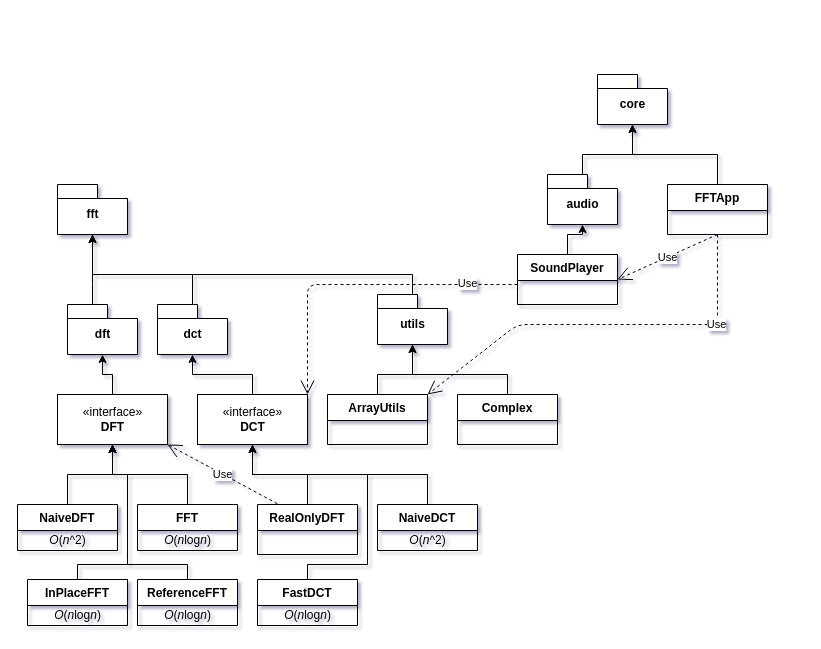
Above: docs/architecture.drawio in Veikkosuhonen/fft (draw.io), before the change. Source tidied: cells renumbered, new cells numbered last; positions are measured from the earlier drawing's top-left corner, leaving out a move shared by most shapes. Both pictures are drawn from the tidied source at 100%, with x=0, y=0 at pixel (17, 74).
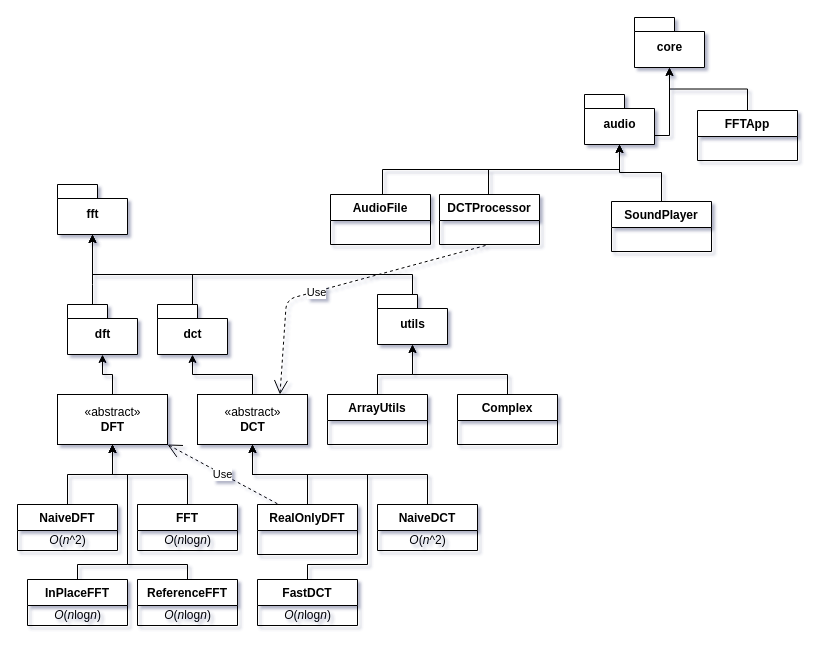
The same diagram, later.

Unchanged cells that the change refers to:
```xml
<mxCell id="36" value="ArrayUtils" style="swimlane;fontStyle=1;align=center;verticalAlign=top;horizontal=1;startSize=26;" parent="1" vertex="1">
  <mxGeometry x="310" y="320" width="100" height="50" as="geometry" />
</mxCell>
```

What changed in the source:
```diff
@@
     <mxCell id="3" value="core" style="shape=folder;fontStyle=1;spacingTop=10;tabWidth=40;tabHeight=14;tabPosition=left;html=1;" parent="1" vertex="1">
-      <mxGeometry x="580" width="70" height="50" as="geometry" />
+      <mxGeometry x="617" y="-57" width="70" height="50" as="geometry" />
     </mxCell>
@@
-    <mxCell id="11" value="«interface»&lt;br&gt;&lt;b&gt;DFT&lt;/b&gt;" style="html=1;" parent="1" vertex="1">
+    <mxCell id="11" value="«abstract»&lt;br&gt;&lt;b&gt;DFT&lt;/b&gt;" style="html=1;" parent="1" vertex="1">
       <mxGeometry x="40" y="320" width="110" height="50" as="geometry" />
     </mxCell>
@@
-    <mxCell id="13" value="«interface»&lt;br&gt;&lt;b&gt;DCT&lt;/b&gt;" style="html=1;" parent="1" vertex="1">
+    <mxCell id="13" value="«abstract»&lt;br&gt;&lt;b&gt;DCT&lt;/b&gt;" style="html=1;" parent="1" vertex="1">
       <mxGeometry x="180" y="320" width="110" height="50" as="geometry" />
     </mxCell>
@@
     <mxCell id="40" value="FFTApp" style="swimlane;fontStyle=1;align=center;verticalAlign=top;horizontal=1;startSize=26;" parent="1" vertex="1">
-      <mxGeometry x="650" y="110" width="100" height="50" as="geometry" />
+      <mxGeometry x="680" y="36" width="100" height="50" as="geometry" />
     </mxCell>
-    <mxCell id="41" value="Use" style="endArrow=open;endSize=12;dashed=1;html=1;exitX=0.5;exitY=1;exitDx=0;exitDy=0;entryX=1;entryY=0;entryDx=0;entryDy=0;" parent="1" edge="1" source="40" target="36">
-      <mxGeometry x="-0.55" relative="1" as="geometry">
-        <Array as="points">
-          <mxPoint x="700" y="250" />
-          <mxPoint x="670" y="250" />
-          <mxPoint x="500" y="250" />
-        </Array>
-      </mxGeometry>
-    </mxCell>
     <mxCell id="42" style="edgeStyle=orthogonalEdgeStyle;rounded=0;jettySize=auto;html=1;entryX=0.5;entryY=1;entryDx=0;entryDy=0;entryPerimeter=0;" parent="1" edge="1" source="43" target="3">
       <mxGeometry relative="1" as="geometry">
         <Array as="points">
-          <mxPoint x="565" y="80" />
-          <mxPoint x="615" y="80" />
+          <mxPoint x="576" y="61" />
+          <mxPoint x="626" y="61" />
         </Array>
       </mxGeometry>
     </mxCell>
     <mxCell id="43" value="audio" style="shape=folder;fontStyle=1;spacingTop=10;tabWidth=40;tabHeight=14;tabPosition=left;html=1;" parent="1" vertex="1">
-      <mxGeometry x="530" y="100" width="70" height="50" as="geometry" />
+      <mxGeometry x="567" y="20" width="70" height="50" as="geometry" />
     </mxCell>
-    <mxCell id="44" style="edgeStyle=orthogonalEdgeStyle;rounded=0;jettySize=auto;html=1;entryX=0.5;entryY=1;entryDx=0;entryDy=0;entryPerimeter=0;" parent="1" edge="1" source="45" target="43">
-      <mxGeometry relative="1" as="geometry" />
+    <mxCell id="44" style="edgeStyle=orthogonalEdgeStyle;rounded=0;jettySize=auto;html=1;" parent="1" edge="1" source="45" target="43">
+      <mxGeometry relative="1" as="geometry">
+        <Array as="points">
+          <mxPoint x="644" y="98" />
+          <mxPoint x="602" y="98" />
+        </Array>
+      </mxGeometry>
     </mxCell>
     <mxCell id="45" value="SoundPlayer" style="swimlane;fontStyle=1;align=center;verticalAlign=top;horizontal=1;startSize=26;" parent="1" vertex="1">
-      <mxGeometry x="500" y="180" width="100" height="50" as="geometry" />
+      <mxGeometry x="594" y="127" width="100" height="50" as="geometry" />
     </mxCell>
-    <mxCell id="46" value="Use" style="endArrow=open;endSize=12;dashed=1;html=1;exitX=0.5;exitY=1;exitDx=0;exitDy=0;entryX=1;entryY=0.5;entryDx=0;entryDy=0;" parent="1" edge="1" source="40" target="45">
-      <mxGeometry relative="1" as="geometry" />
-    </mxCell>
-    <mxCell id="47" value="Use" style="endArrow=open;endSize=12;dashed=1;html=1;entryX=1;entryY=0;entryDx=0;entryDy=0;" parent="1" edge="1" target="13">
-      <mxGeometry x="-0.69" y="-1" relative="1" as="geometry">
-        <mxPoint x="500" y="210" as="sourcePoint" />
-        <Array as="points">
-          <mxPoint x="290" y="210" />
-        </Array>
-      </mxGeometry>
-    </mxCell>
+    <mxCell id="48" style="edgeStyle=orthogonalEdgeStyle;rounded=0;jettySize=auto;html=1;entryX=0.5;entryY=1;entryDx=0;entryDy=0;entryPerimeter=0;" parent="1" edge="1" target="43">
+      <mxGeometry relative="1" as="geometry">
+        <mxPoint x="471" y="123" as="sourcePoint" />
+        <Array as="points">
+          <mxPoint x="471" y="95" />
+          <mxPoint x="602" y="95" />
+        </Array>
+      </mxGeometry>
+    </mxCell>
+    <mxCell id="49" value="DCTProcessor" style="swimlane;fontStyle=1;align=center;verticalAlign=top;horizontal=1;startSize=26;" parent="1" vertex="1">
+      <mxGeometry x="422" y="120" width="100" height="50" as="geometry" />
+    </mxCell>
+    <mxCell id="50" style="edgeStyle=orthogonalEdgeStyle;rounded=0;jettySize=auto;html=1;entryX=0.5;entryY=1;entryDx=0;entryDy=0;entryPerimeter=0;" parent="1" edge="1" target="43">
+      <mxGeometry relative="1" as="geometry">
+        <mxPoint x="365" y="123" as="sourcePoint" />
+        <Array as="points">
+          <mxPoint x="365" y="95" />
+          <mxPoint x="602" y="95" />
+        </Array>
+      </mxGeometry>
+    </mxCell>
+    <mxCell id="51" value="AudioFile" style="swimlane;fontStyle=1;align=center;verticalAlign=top;horizontal=1;startSize=26;" parent="1" vertex="1">
+      <mxGeometry x="313" y="120" width="100" height="50" as="geometry" />
+    </mxCell>
+    <mxCell id="52" value="Use" style="endArrow=open;endSize=12;dashed=1;html=1;entryX=0.75;entryY=0;entryDx=0;entryDy=0;" parent="1" edge="1" target="13">
+      <mxGeometry x="0.16" y="1" relative="1" as="geometry">
+        <mxPoint x="468" y="171" as="sourcePoint" />
+        <Array as="points">
+          <mxPoint x="269" y="225" />
+        </Array>
+      </mxGeometry>
+    </mxCell>
```
